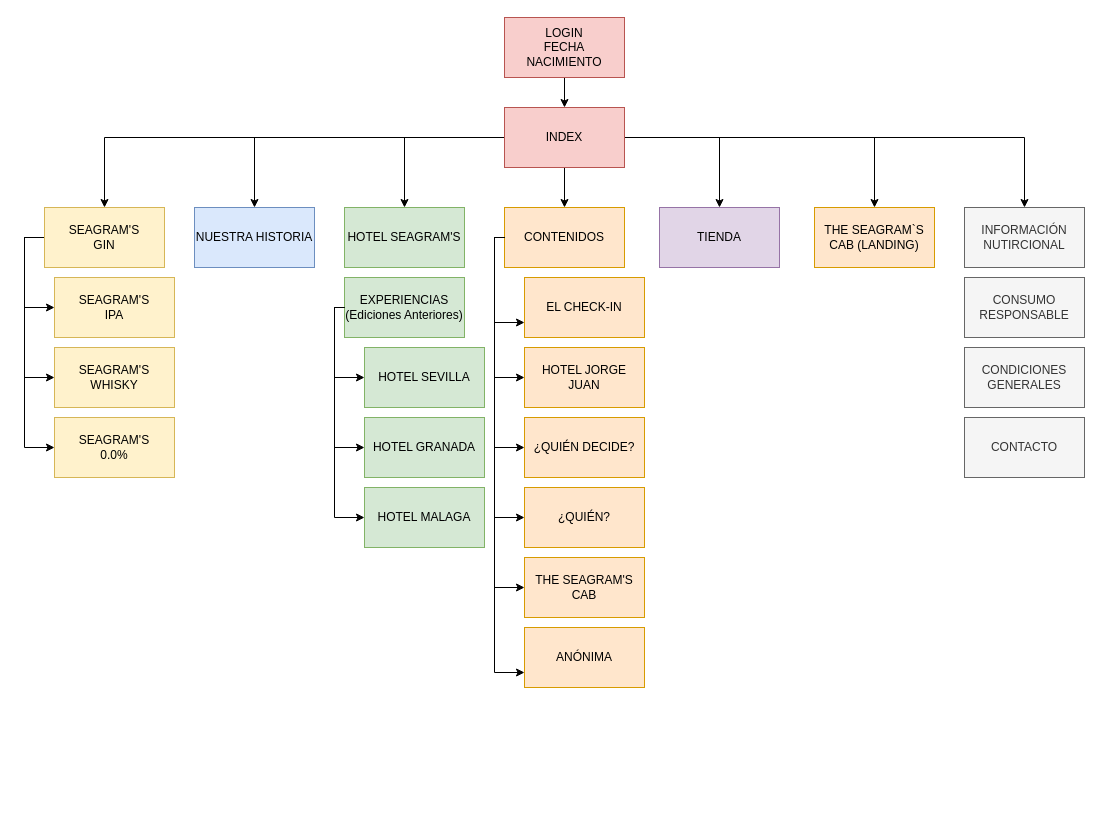
Above: 2DAW_HTML-CSS_DIW/UD01_Memoria_Ejer_DIW/01_MapaDeNavegacion.drawio in Wisiwy/DAW_HTML-CSS-JS (draw.io), before the change. Source tidied: cells renumbered, new cells numbered last; positions are measured from the earlier drawing's top-left corner, leaving out a move shared by most shapes. Both pictures are drawn from the tidied source at 100%, with x=0, y=0 at pixel (24, 17).
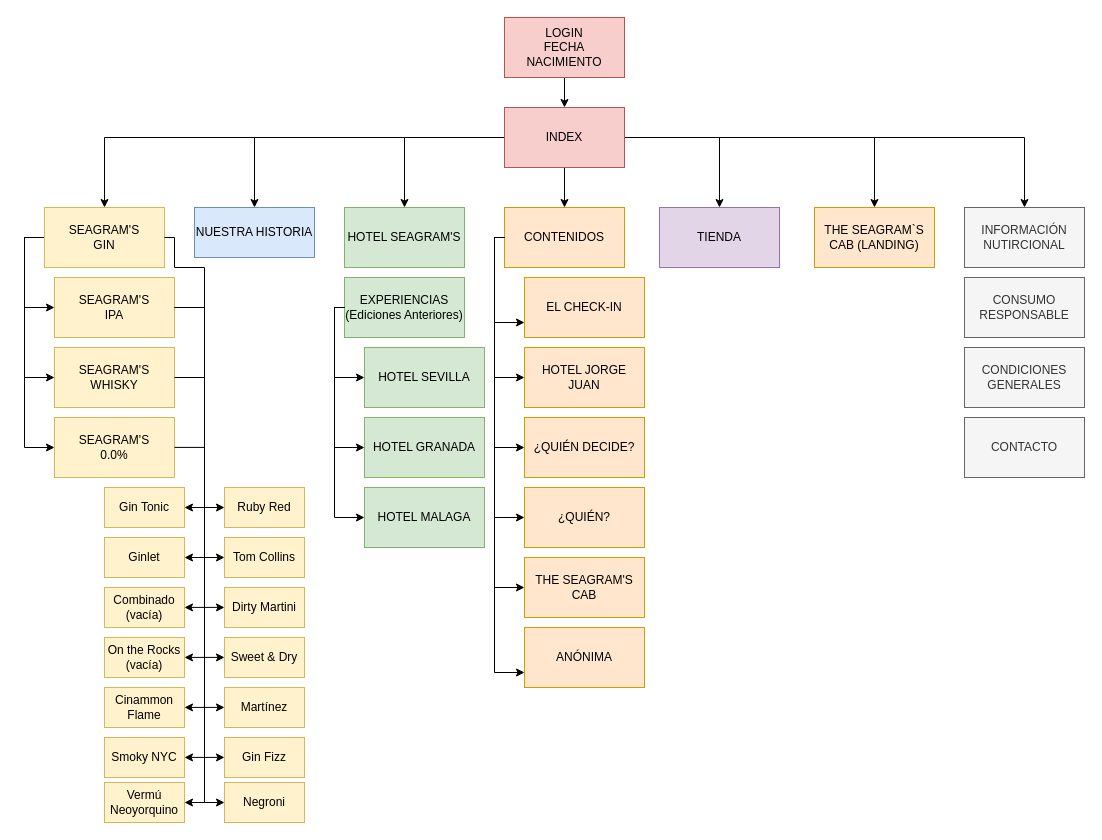
Above is the later version.

Unchanged cells that the change refers to:
```xml
<mxCell id="19" value="&lt;div&gt;SEAGRAM'S &lt;br&gt;&lt;/div&gt;&lt;div&gt;GIN&lt;br&gt;&lt;/div&gt;" style="rounded=0;html=1;fillColor=#fff2cc;strokeColor=#d6b656;whiteSpace=wrap;" parent="15" vertex="1">
  <mxGeometry x="20" width="120" height="60" as="geometry" />
</mxCell>
<mxCell id="20" value="&lt;div&gt;SEAGRAM'S &lt;br&gt;&lt;/div&gt;&lt;div&gt;IPA&lt;br&gt;&lt;/div&gt;" style="rounded=0;html=1;fillColor=#fff2cc;strokeColor=#d6b656;whiteSpace=wrap;" parent="15" vertex="1">
  <mxGeometry x="30" y="70" width="120" height="60" as="geometry" />
</mxCell>
<mxCell id="21" value="&lt;div&gt;SEAGRAM'S &lt;br&gt;&lt;/div&gt;&lt;div&gt;WHISKY&lt;br&gt;&lt;/div&gt;" style="rounded=0;html=1;fillColor=#fff2cc;strokeColor=#d6b656;whiteSpace=wrap;" parent="15" vertex="1">
  <mxGeometry x="30" y="140" width="120" height="60" as="geometry" />
</mxCell>
```

Diff of the diagram source:
```diff
@@
     <mxCell id="12" value="NUESTRA HISTORIA" style="rounded=0;html=1;fillColor=#dae8fc;strokeColor=#6c8ebf;whiteSpace=wrap;" parent="1" vertex="1">
-      <mxGeometry x="170" y="190" width="120" height="60" as="geometry" />
+      <mxGeometry x="170" y="190" width="120" height="50" as="geometry" />
     </mxCell>
@@
+    <mxCell id="51" style="edgeStyle=orthogonalEdgeStyle;rounded=0;jettySize=auto;html=1;entryX=1;entryY=0.5;entryDx=0;entryDy=0;exitX=1;exitY=0.5;exitDx=0;exitDy=0;" parent="1" edge="1" source="19" target="54">
+      <mxGeometry relative="1" as="geometry">
+        <Array as="points">
+          <mxPoint x="150" y="220" />
+          <mxPoint x="150" y="250" />
+          <mxPoint x="180" y="250" />
+          <mxPoint x="180" y="490" />
+        </Array>
+      </mxGeometry>
+    </mxCell>
+    <mxCell id="52" style="edgeStyle=orthogonalEdgeStyle;rounded=0;jettySize=auto;html=1;entryX=0;entryY=0.5;entryDx=0;entryDy=0;" parent="1" edge="1" source="20" target="61">
+      <mxGeometry relative="1" as="geometry">
+        <Array as="points">
+          <mxPoint x="180" y="290" />
+          <mxPoint x="180" y="490" />
+        </Array>
+      </mxGeometry>
+    </mxCell>
+    <mxCell id="53" style="edgeStyle=orthogonalEdgeStyle;rounded=0;jettySize=auto;html=1;entryX=0;entryY=0.5;entryDx=0;entryDy=0;" parent="1" edge="1" source="20" target="67">
+      <mxGeometry relative="1" as="geometry">
+        <Array as="points">
+          <mxPoint x="180" y="290" />
+          <mxPoint x="180" y="785" />
+        </Array>
+      </mxGeometry>
+    </mxCell>
+    <mxCell id="54" value="Gin Tonic" style="rounded=0;html=1;fillColor=#fff2cc;strokeColor=#d6b656;whiteSpace=wrap;" parent="1" vertex="1">
+      <mxGeometry x="80" y="470" width="80" height="40" as="geometry" />
+    </mxCell>
+    <mxCell id="55" value="Gin Fizz" style="rounded=0;html=1;fillColor=#fff2cc;strokeColor=#d6b656;whiteSpace=wrap;" parent="1" vertex="1">
+      <mxGeometry x="200" y="720" width="80" height="40" as="geometry" />
+    </mxCell>
+    <mxCell id="56" value="Combinado (vacía)" style="rounded=0;html=1;fillColor=#fff2cc;strokeColor=#d6b656;whiteSpace=wrap;" parent="1" vertex="1">
+      <mxGeometry x="80" y="570" width="80" height="40" as="geometry" />
+    </mxCell>
+    <mxCell id="57" value="On the Rocks (vacía)" style="rounded=0;html=1;fillColor=#fff2cc;strokeColor=#d6b656;whiteSpace=wrap;" parent="1" vertex="1">
+      <mxGeometry x="80" y="620" width="80" height="40" as="geometry" />
+    </mxCell>
+    <mxCell id="58" value="Cinammon Flame" style="rounded=0;html=1;fillColor=#fff2cc;strokeColor=#d6b656;whiteSpace=wrap;" parent="1" vertex="1">
+      <mxGeometry x="80" y="670" width="80" height="40" as="geometry" />
+    </mxCell>
+    <mxCell id="59" value="Smoky NYC" style="rounded=0;html=1;fillColor=#fff2cc;strokeColor=#d6b656;whiteSpace=wrap;" parent="1" vertex="1">
+      <mxGeometry x="80" y="720" width="80" height="40" as="geometry" />
+    </mxCell>
+    <mxCell id="60" value="Vermú Neoyorquino" style="rounded=0;html=1;fillColor=#fff2cc;strokeColor=#d6b656;whiteSpace=wrap;" parent="1" vertex="1">
+      <mxGeometry x="80" y="765" width="80" height="40" as="geometry" />
+    </mxCell>
+    <mxCell id="61" value="Ruby Red" style="rounded=0;html=1;fillColor=#fff2cc;strokeColor=#d6b656;whiteSpace=wrap;" parent="1" vertex="1">
+      <mxGeometry x="200" y="470" width="80" height="40" as="geometry" />
+    </mxCell>
+    <mxCell id="62" value="Tom Collins" style="rounded=0;html=1;fillColor=#fff2cc;strokeColor=#d6b656;whiteSpace=wrap;" parent="1" vertex="1">
+      <mxGeometry x="200" y="520" width="80" height="40" as="geometry" />
+    </mxCell>
+    <mxCell id="63" value="Dirty Martini" style="rounded=0;html=1;fillColor=#fff2cc;strokeColor=#d6b656;whiteSpace=wrap;" parent="1" vertex="1">
+      <mxGeometry x="200" y="570" width="80" height="40" as="geometry" />
+    </mxCell>
+    <mxCell id="64" value="Sweet &amp;amp; Dry" style="rounded=0;html=1;fillColor=#fff2cc;strokeColor=#d6b656;whiteSpace=wrap;" parent="1" vertex="1">
+      <mxGeometry x="200" y="620" width="80" height="40" as="geometry" />
+    </mxCell>
+    <mxCell id="65" value="Martínez" style="rounded=0;html=1;fillColor=#fff2cc;strokeColor=#d6b656;whiteSpace=wrap;" parent="1" vertex="1">
+      <mxGeometry x="200" y="670" width="80" height="40" as="geometry" />
+    </mxCell>
+    <mxCell id="66" value="Ginlet" style="rounded=0;html=1;fillColor=#fff2cc;strokeColor=#d6b656;whiteSpace=wrap;" parent="1" vertex="1">
+      <mxGeometry x="80" y="520" width="80" height="40" as="geometry" />
+    </mxCell>
+    <mxCell id="67" value="Negroni" style="rounded=0;html=1;fillColor=#fff2cc;strokeColor=#d6b656;whiteSpace=wrap;" parent="1" vertex="1">
+      <mxGeometry x="200" y="765" width="80" height="40" as="geometry" />
+    </mxCell>
+    <mxCell id="68" style="edgeStyle=orthogonalEdgeStyle;rounded=0;jettySize=auto;html=1;entryX=1;entryY=0.5;entryDx=0;entryDy=0;" parent="1" edge="1" target="60">
+      <mxGeometry relative="1" as="geometry">
+        <mxPoint x="150" y="290" as="sourcePoint" />
+        <Array as="points">
+          <mxPoint x="180" y="290" />
+          <mxPoint x="180" y="785" />
+        </Array>
+      </mxGeometry>
+    </mxCell>
+    <mxCell id="69" style="endArrow=classic;html=1;rounded=0;entryX=0;entryY=0.5;entryDx=0;entryDy=0;" parent="1" edge="1" target="62">
+      <mxGeometry relative="1" as="geometry">
+        <mxPoint x="180" y="540" as="sourcePoint" />
+      </mxGeometry>
+    </mxCell>
+    <mxCell id="70" style="endArrow=classic;html=1;rounded=0;entryX=1;entryY=0.5;entryDx=0;entryDy=0;" parent="1" edge="1" target="66">
+      <mxGeometry relative="1" as="geometry">
+        <mxPoint x="180" y="540" as="sourcePoint" />
+      </mxGeometry>
+    </mxCell>
+    <mxCell id="71" style="endArrow=classic;html=1;rounded=0;entryX=0;entryY=0.5;entryDx=0;entryDy=0;" parent="1" edge="1">
+      <mxGeometry relative="1" as="geometry">
+        <mxPoint x="180" y="589.9" as="sourcePoint" />
+        <mxPoint x="200" y="589.9" as="targetPoint" />
+      </mxGeometry>
+    </mxCell>
+    <mxCell id="72" style="endArrow=classic;html=1;rounded=0;entryX=1;entryY=0.5;entryDx=0;entryDy=0;" parent="1" edge="1">
+      <mxGeometry relative="1" as="geometry">
+        <mxPoint x="180" y="589.9" as="sourcePoint" />
+        <mxPoint x="160" y="589.9" as="targetPoint" />
+      </mxGeometry>
+    </mxCell>
+    <mxCell id="73" style="endArrow=classic;html=1;rounded=0;entryX=0;entryY=0.5;entryDx=0;entryDy=0;" parent="1" edge="1">
+      <mxGeometry relative="1" as="geometry">
+        <mxPoint x="180" y="639.9" as="sourcePoint" />
+        <mxPoint x="200" y="639.9" as="targetPoint" />
+      </mxGeometry>
+    </mxCell>
+    <mxCell id="74" style="endArrow=classic;html=1;rounded=0;entryX=1;entryY=0.5;entryDx=0;entryDy=0;" parent="1" edge="1">
+      <mxGeometry relative="1" as="geometry">
+        <mxPoint x="180" y="639.9" as="sourcePoint" />
+        <mxPoint x="160" y="639.9" as="targetPoint" />
+      </mxGeometry>
+    </mxCell>
+    <mxCell id="75" style="endArrow=classic;html=1;rounded=0;entryX=0;entryY=0.5;entryDx=0;entryDy=0;" parent="1" edge="1">
+      <mxGeometry relative="1" as="geometry">
+        <mxPoint x="180" y="689.9" as="sourcePoint" />
+        <mxPoint x="200" y="689.9" as="targetPoint" />
+      </mxGeometry>
+    </mxCell>
+    <mxCell id="76" style="endArrow=classic;html=1;rounded=0;entryX=1;entryY=0.5;entryDx=0;entryDy=0;" parent="1" edge="1">
+      <mxGeometry relative="1" as="geometry">
+        <mxPoint x="180" y="689.9" as="sourcePoint" />
+        <mxPoint x="160" y="689.9" as="targetPoint" />
+      </mxGeometry>
+    </mxCell>
+    <mxCell id="77" style="endArrow=classic;html=1;rounded=0;entryX=0;entryY=0.5;entryDx=0;entryDy=0;" parent="1" edge="1">
+      <mxGeometry relative="1" as="geometry">
+        <mxPoint x="180" y="739.9" as="sourcePoint" />
+        <mxPoint x="200" y="739.9" as="targetPoint" />
+      </mxGeometry>
+    </mxCell>
+    <mxCell id="78" style="endArrow=classic;html=1;rounded=0;entryX=1;entryY=0.5;entryDx=0;entryDy=0;" parent="1" edge="1">
+      <mxGeometry relative="1" as="geometry">
+        <mxPoint x="180" y="739.9" as="sourcePoint" />
+        <mxPoint x="160" y="739.9" as="targetPoint" />
+      </mxGeometry>
+    </mxCell>
+    <mxCell id="79" style="endArrow=none;html=1;rounded=0;exitX=1;exitY=0.5;exitDx=0;exitDy=0;" parent="1" edge="1" source="21">
+      <mxGeometry relative="1" as="geometry">
+        <mxPoint x="180" y="360" as="targetPoint" />
+      </mxGeometry>
+    </mxCell>
+    <mxCell id="80" style="endArrow=none;html=1;rounded=0;exitX=1;exitY=0.5;exitDx=0;exitDy=0;" parent="1" edge="1">
+      <mxGeometry relative="1" as="geometry">
+        <mxPoint x="150" y="429.9" as="sourcePoint" />
+        <mxPoint x="180" y="429.9" as="targetPoint" />
+      </mxGeometry>
+    </mxCell>
```
